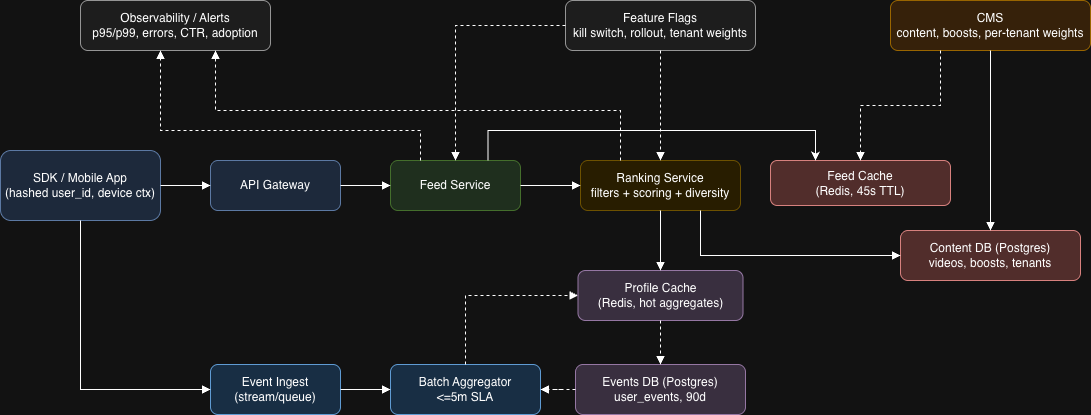
This is docs/arch-personalized-feed.drawio.png from artemmanaenko/st-test-task, a draw.io export, as it was before one commit. Source tidied: cells renumbered, new cells last; positions are measured from the earlier drawing's top-left corner, leaving out a move shared by most shapes.
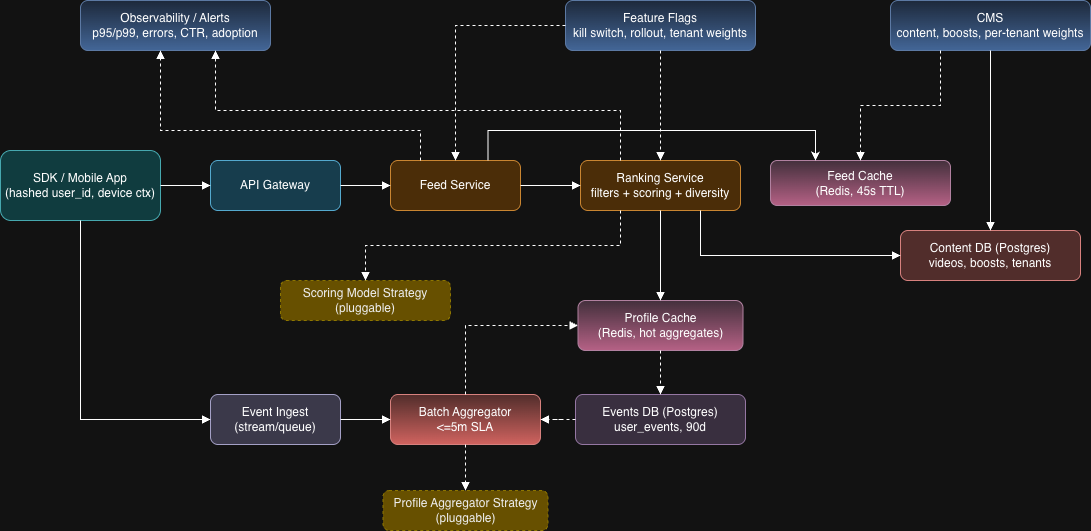
The same file after the commit.

Commit message:
Document latency budget and update pluggable strategies on diagram

Change to the diagram source:
```diff
@@ -2,43 +2,43 @@
   <root>
     <mxCell id="0" />
     <mxCell id="1" parent="0" />
-    <mxCell id="2" value="SDK / Mobile App&#10;(hashed user_id, device ctx)" style="rounded=1;whiteSpace=wrap;html=1;fillColor=#dae8fc;strokeColor=#6c8ebf;" parent="1" vertex="1">
+    <mxCell id="2" value="SDK / Mobile App&#10;(hashed user_id, device ctx)" style="rounded=1;whiteSpace=wrap;html=1;fillColor=#b0e3e6;strokeColor=#0e8088;" parent="1" vertex="1">
       <mxGeometry y="150" width="160" height="70" as="geometry" />
     </mxCell>
-    <mxCell id="3" value="API Gateway" style="rounded=1;whiteSpace=wrap;html=1;fillColor=#dae8fc;strokeColor=#6c8ebf;" parent="1" vertex="1">
+    <mxCell id="3" value="API Gateway" style="rounded=1;whiteSpace=wrap;html=1;fillColor=#b1ddf0;strokeColor=#10739e;" parent="1" vertex="1">
       <mxGeometry x="210" y="160" width="130" height="50" as="geometry" />
     </mxCell>
-    <mxCell id="4" value="Feed Service" style="rounded=1;whiteSpace=wrap;html=1;fillColor=#d5e8d4;strokeColor=#82b366;" parent="1" vertex="1">
+    <mxCell id="4" value="Feed Service" style="rounded=1;whiteSpace=wrap;html=1;fillColor=#fad7ac;strokeColor=#b46504;" parent="1" vertex="1">
       <mxGeometry x="390" y="160" width="130" height="50" as="geometry" />
     </mxCell>
-    <mxCell id="5" value="Ranking Service&#10;filters + scoring + diversity" style="rounded=1;whiteSpace=wrap;html=1;fillColor=#fff2cc;strokeColor=#d6b656;" parent="1" vertex="1">
+    <mxCell id="5" value="Ranking Service&#10;filters + scoring + diversity" style="rounded=1;whiteSpace=wrap;html=1;fillColor=#fad7ac;strokeColor=#b46504;" parent="1" vertex="1">
       <mxGeometry x="580" y="160" width="160" height="50" as="geometry" />
     </mxCell>
-    <mxCell id="6" value="Feed Cache&lt;br&gt;(Redis, 45s TTL)" style="rounded=1;whiteSpace=wrap;html=1;fillColor=#f8cecc;strokeColor=#b85450;" parent="1" vertex="1">
+    <mxCell id="6" value="Feed Cache&lt;br&gt;(Redis, 45s TTL)" style="rounded=1;whiteSpace=wrap;html=1;fillColor=#e6d0de;strokeColor=#996185;gradientColor=#d5739d;" parent="1" vertex="1">
       <mxGeometry x="770" y="160" width="180" height="45" as="geometry" />
     </mxCell>
     <mxCell id="7" value="Content DB (Postgres)&#10;videos, boosts, tenants" style="rounded=1;whiteSpace=wrap;html=1;fillColor=#f8cecc;strokeColor=#b85450;" parent="1" vertex="1">
       <mxGeometry x="900" y="230" width="180" height="50" as="geometry" />
     </mxCell>
-    <mxCell id="8" value="Profile Cache&#10;(Redis, hot aggregates)" style="rounded=1;whiteSpace=wrap;html=1;fillColor=#e1d5e7;strokeColor=#9673a6;" parent="1" vertex="1">
-      <mxGeometry x="577.5" y="270" width="165" height="50" as="geometry" />
+    <mxCell id="8" value="Profile Cache&#10;(Redis, hot aggregates)" style="rounded=1;whiteSpace=wrap;html=1;fillColor=#e6d0de;strokeColor=#996185;gradientColor=#d5739d;" parent="1" vertex="1">
+      <mxGeometry x="577.5" y="300" width="165" height="50" as="geometry" />
     </mxCell>
     <mxCell id="9" value="Events DB (Postgres)&#10;user_events, 90d" style="rounded=1;whiteSpace=wrap;html=1;fillColor=#e1d5e7;strokeColor=#9673a6;" parent="1" vertex="1">
-      <mxGeometry x="575" y="364" width="170" height="50" as="geometry" />
+      <mxGeometry x="575" y="394" width="170" height="50" as="geometry" />
     </mxCell>
-    <mxCell id="10" value="CMS&#10;content, boosts, per-tenant weights" style="rounded=1;whiteSpace=wrap;html=1;fillColor=#ffe6cc;strokeColor=#d79b00;" parent="1" vertex="1">
+    <mxCell id="10" value="CMS&#10;content, boosts, per-tenant weights" style="rounded=1;whiteSpace=wrap;html=1;fillColor=#dae8fc;strokeColor=#6c8ebf;gradientColor=#7ea6e0;" parent="1" vertex="1">
       <mxGeometry x="890" width="200" height="50" as="geometry" />
     </mxCell>
-    <mxCell id="11" value="Event Ingest&#10;(stream/queue)" style="rounded=1;whiteSpace=wrap;html=1;fillColor=#cce5ff;strokeColor=#2e73b4;" parent="1" vertex="1">
-      <mxGeometry x="210" y="364" width="130" height="50" as="geometry" />
+    <mxCell id="11" value="Event Ingest&#10;(stream/queue)" style="rounded=1;whiteSpace=wrap;html=1;fillColor=#d0cee2;strokeColor=#56517e;" parent="1" vertex="1">
+      <mxGeometry x="210" y="394" width="130" height="50" as="geometry" />
     </mxCell>
-    <mxCell id="12" value="Batch Aggregator&#10;&lt;=5m SLA" style="rounded=1;whiteSpace=wrap;html=1;fillColor=#cce5ff;strokeColor=#2e73b4;" parent="1" vertex="1">
-      <mxGeometry x="390" y="364" width="150" height="50" as="geometry" />
+    <mxCell id="12" value="Batch Aggregator&#10;&lt;=5m SLA" style="rounded=1;whiteSpace=wrap;html=1;fillColor=#f8cecc;strokeColor=#b85450;gradientColor=#ea6b66;" parent="1" vertex="1">
+      <mxGeometry x="390" y="394" width="150" height="50" as="geometry" />
     </mxCell>
-    <mxCell id="13" value="Feature Flags&lt;br&gt;kill switch, rollout, tenant weights" style="rounded=1;whiteSpace=wrap;html=1;fillColor=#f2f2f2;strokeColor=#666666;" parent="1" vertex="1">
+    <mxCell id="13" value="Feature Flags&lt;br&gt;kill switch, rollout, tenant weights" style="rounded=1;whiteSpace=wrap;html=1;fillColor=#dae8fc;strokeColor=#6c8ebf;gradientColor=#7ea6e0;" parent="1" vertex="1">
       <mxGeometry x="565" width="190" height="50" as="geometry" />
     </mxCell>
-    <mxCell id="14" value="Observability / Alerts&#10;p95/p99, errors, CTR, adoption" style="rounded=1;whiteSpace=wrap;html=1;fillColor=#f2f2f2;strokeColor=#666666;" parent="1" vertex="1">
+    <mxCell id="14" value="Observability / Alerts&#10;p95/p99, errors, CTR, adoption" style="rounded=1;whiteSpace=wrap;html=1;fillColor=#dae8fc;strokeColor=#6c8ebf;gradientColor=#7ea6e0;" parent="1" vertex="1">
       <mxGeometry x="80" width="190" height="50" as="geometry" />
     </mxCell>
     <mxCell id="15" style="edgeStyle=orthogonalEdgeStyle;rounded=0;jettySize=auto;html=1;endArrow=block;endFill=1;" parent="1" edge="1" source="2" target="3">
@@ -107,5 +107,17 @@
         </Array>
       </mxGeometry>
     </mxCell>
+    <mxCell id="32" value="Scoring Model Strategy&#10;(pluggable)" style="rounded=1;whiteSpace=wrap;html=1;fillColor=#e3c800;strokeColor=#B09500;dashed=1;fontColor=#000000;" parent="1" vertex="1">
+      <mxGeometry x="280" y="280" width="170" height="40" as="geometry" />
+    </mxCell>
+    <mxCell id="33" style="edgeStyle=orthogonalEdgeStyle;rounded=0;jettySize=auto;html=1;endArrow=block;endFill=1;dashed=1;exitX=0.25;exitY=1;exitDx=0;exitDy=0;" parent="1" edge="1" source="5" target="32">
+      <mxGeometry relative="1" as="geometry" />
+    </mxCell>
+    <mxCell id="34" value="Profile Aggregator Strategy&#10;(pluggable)" style="rounded=1;whiteSpace=wrap;html=1;fillColor=#e3c800;strokeColor=#B09500;dashed=1;fontColor=#000000;" parent="1" vertex="1">
+      <mxGeometry x="382.5" y="490" width="165" height="40" as="geometry" />
+    </mxCell>
+    <mxCell id="35" style="edgeStyle=orthogonalEdgeStyle;rounded=0;jettySize=auto;html=1;endArrow=block;endFill=1;dashed=1;" parent="1" edge="1" source="12" target="34">
+      <mxGeometry relative="1" as="geometry" />
+    </mxCell>
   </root>
 </mxGraphModel>
```
